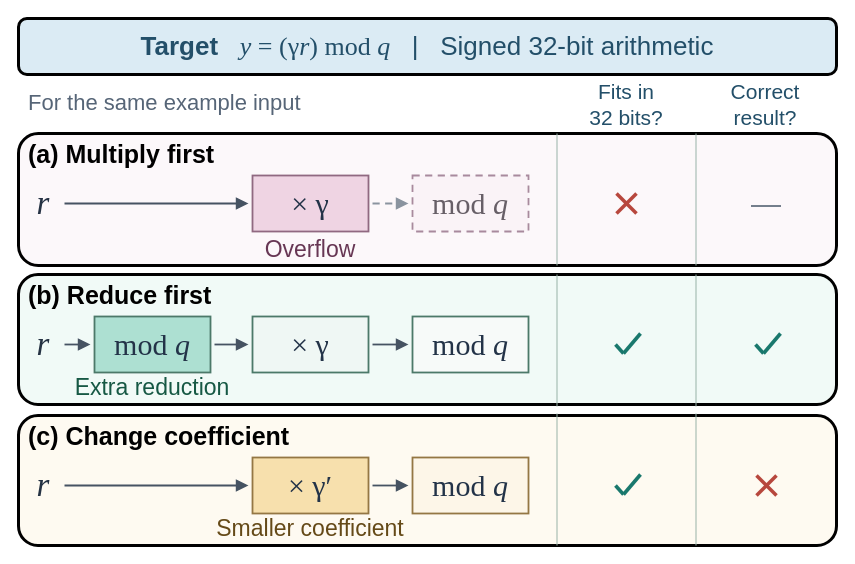
Before: all/DAC2026/Secforge_fig1.drawio in ZKY6662017/iodraw-files, a draw.io diagram. Source tidied: cells renumbered, new cells numbered last; positions are measured from the earlier drawing's top-left corner, leaving out a move shared by most shapes. Both pictures are drawn from the tidied source at 100%, with x=0, y=0 at pixel (18, 18).
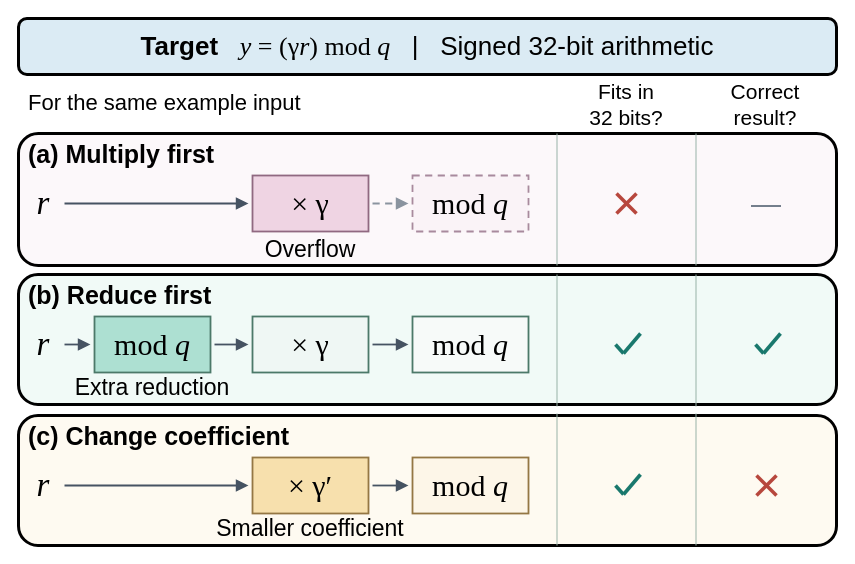
The same page after the edit.

Change to the diagram source:
```diff
@@
-    <mxCell id="5" value="&lt;b&gt;Target&lt;/b&gt; &amp;nbsp; &lt;font face=&quot;Times New Roman&quot;&gt;&lt;i&gt;y&lt;/i&gt; = (γ&lt;i&gt;r&lt;/i&gt;) mod &lt;i&gt;q&lt;/i&gt;&lt;/font&gt; &amp;nbsp; | &amp;nbsp; Signed 32-bit arithmetic" style="whiteSpace=wrap;html=1;rounded=0;shadow=0;glass=0;strokeColor=none;fillColor=none;fontFamily=Arial;align=center;verticalAlign=middle;spacing=0;fontColor=#234F69;fontSize=26;" parent="1" vertex="1">
+    <mxCell id="5" value="&lt;b&gt;Target&lt;/b&gt; &amp;nbsp; &lt;font face=&quot;Times New Roman&quot;&gt;&lt;i&gt;y&lt;/i&gt; = (γ&lt;i&gt;r&lt;/i&gt;) mod &lt;i&gt;q&lt;/i&gt;&lt;/font&gt; &amp;nbsp; | &amp;nbsp; Signed 32-bit arithmetic" style="whiteSpace=wrap;html=1;rounded=0;shadow=0;glass=0;strokeColor=none;fillColor=none;fontFamily=Arial;align=center;verticalAlign=middle;spacing=0;fontColor=#000000;fontSize=26;" parent="1" vertex="1">
       <mxGeometry x="14" y="7" width="790" height="42" as="geometry" />
     </mxCell>
-    <mxCell id="6" value="For the same example input" style="whiteSpace=wrap;html=1;rounded=0;shadow=0;glass=0;strokeColor=none;fillColor=none;fontFamily=Arial;verticalAlign=middle;spacing=0;align=left;fontColor=#566577;fontSize=22;" parent="1" vertex="1">
+    <mxCell id="6" value="For the same example input" style="whiteSpace=wrap;html=1;rounded=0;shadow=0;glass=0;strokeColor=none;fillColor=none;fontFamily=Arial;verticalAlign=middle;spacing=0;align=left;fontColor=#000000;fontSize=22;" parent="1" vertex="1">
       <mxGeometry x="10" y="65" width="500" height="40" as="geometry" />
     </mxCell>
-    <mxCell id="7" value="Fits in&lt;br&gt;32 bits?" style="whiteSpace=wrap;html=1;rounded=0;shadow=0;glass=0;strokeColor=none;fillColor=none;fontFamily=Arial;align=center;verticalAlign=middle;spacing=0;fontColor=#234F69;fontSize=21;" parent="1" vertex="1">
+    <mxCell id="7" value="Fits in&lt;br&gt;32 bits?" style="whiteSpace=wrap;html=1;rounded=0;shadow=0;glass=0;strokeColor=none;fillColor=none;fontFamily=Arial;align=center;verticalAlign=middle;spacing=0;fontColor=#000000;fontSize=21;" parent="1" vertex="1">
       <mxGeometry x="539" y="60" width="138" height="51" as="geometry" />
     </mxCell>
-    <mxCell id="8" value="Correct&lt;br&gt;result?" style="whiteSpace=wrap;html=1;rounded=0;shadow=0;glass=0;strokeColor=none;fillColor=none;fontFamily=Arial;align=center;verticalAlign=middle;spacing=0;fontColor=#234F69;fontSize=21;" parent="1" vertex="1">
+    <mxCell id="8" value="Correct&lt;br&gt;result?" style="whiteSpace=wrap;html=1;rounded=0;shadow=0;glass=0;strokeColor=none;fillColor=none;fontFamily=Arial;align=center;verticalAlign=middle;spacing=0;fontColor=#000000;fontSize=21;" parent="1" vertex="1">
       <mxGeometry x="678" y="60" width="138" height="51" as="geometry" />
     </mxCell>
@@
-    <mxCell id="13" value="&lt;font face=&quot;Times New Roman&quot;&gt;&lt;i&gt;r&lt;/i&gt;&lt;/font&gt;" style="whiteSpace=wrap;html=1;rounded=0;shadow=0;glass=0;strokeColor=none;fillColor=none;fontFamily=Arial;fontSize=25;fontColor=#253243;align=center;verticalAlign=middle;spacing=0;fontSize=33;" parent="1" vertex="1">
+    <mxCell id="13" value="&lt;font face=&quot;Times New Roman&quot;&gt;&lt;i&gt;r&lt;/i&gt;&lt;/font&gt;" style="whiteSpace=wrap;html=1;rounded=0;shadow=0;glass=0;strokeColor=none;fillColor=none;fontFamily=Arial;fontSize=25;fontColor=#000000;align=center;verticalAlign=middle;spacing=0;fontSize=33;" parent="1" vertex="1">
       <mxGeometry x="8" y="165" width="34" height="40" as="geometry" />
     </mxCell>
-    <mxCell id="14" value="&lt;font face=&quot;Times New Roman&quot;&gt;&lt;i&gt;r&lt;/i&gt;&lt;/font&gt;" style="whiteSpace=wrap;html=1;rounded=0;shadow=0;glass=0;strokeColor=none;fillColor=none;fontFamily=Arial;fontSize=25;fontColor=#253243;align=center;verticalAlign=middle;spacing=0;fontSize=33;" parent="1" vertex="1">
+    <mxCell id="14" value="&lt;font face=&quot;Times New Roman&quot;&gt;&lt;i&gt;r&lt;/i&gt;&lt;/font&gt;" style="whiteSpace=wrap;html=1;rounded=0;shadow=0;glass=0;strokeColor=none;fillColor=none;fontFamily=Arial;fontSize=25;fontColor=#000000;align=center;verticalAlign=middle;spacing=0;fontSize=33;" parent="1" vertex="1">
       <mxGeometry x="8" y="306" width="34" height="40" as="geometry" />
     </mxCell>
-    <mxCell id="15" value="&lt;font face=&quot;Times New Roman&quot;&gt;&lt;i&gt;r&lt;/i&gt;&lt;/font&gt;" style="whiteSpace=wrap;html=1;rounded=0;shadow=0;glass=0;strokeColor=none;fillColor=none;fontFamily=Arial;fontSize=25;fontColor=#253243;align=center;verticalAlign=middle;spacing=0;fontSize=33;" parent="1" vertex="1">
+    <mxCell id="15" value="&lt;font face=&quot;Times New Roman&quot;&gt;&lt;i&gt;r&lt;/i&gt;&lt;/font&gt;" style="whiteSpace=wrap;html=1;rounded=0;shadow=0;glass=0;strokeColor=none;fillColor=none;fontFamily=Arial;fontSize=25;fontColor=#000000;align=center;verticalAlign=middle;spacing=0;fontSize=33;" parent="1" vertex="1">
       <mxGeometry x="8" y="447" width="34" height="40" as="geometry" />
     </mxCell>
-    <mxCell id="16" value="&lt;font face=&quot;Times New Roman&quot;&gt;× γ&lt;/font&gt;" style="whiteSpace=wrap;html=1;rounded=0;shadow=0;glass=0;fontFamily=Arial;fontSize=25;align=center;verticalAlign=middle;spacing=0;strokeWidth=1.8;fontSize=30;fillColor=#EFD4E3;strokeColor=#906981;fontColor=#233348;" parent="1" vertex="1">
+    <mxCell id="16" value="&lt;font face=&quot;Times New Roman&quot;&gt;× γ&lt;/font&gt;" style="whiteSpace=wrap;html=1;rounded=0;shadow=0;glass=0;fontFamily=Arial;fontSize=25;align=center;verticalAlign=middle;spacing=0;strokeWidth=1.8;fontSize=30;fillColor=#EFD4E3;strokeColor=#906981;fontColor=#000000;" parent="1" vertex="1">
       <mxGeometry x="234" y="157" width="116" height="56" as="geometry" />
     </mxCell>
-    <mxCell id="17" value="&lt;font face=&quot;Times New Roman&quot;&gt;mod &lt;i&gt;q&lt;/i&gt;&lt;/font&gt;" style="whiteSpace=wrap;html=1;rounded=0;shadow=0;glass=0;fontFamily=Arial;fontSize=25;align=center;verticalAlign=middle;spacing=0;strokeWidth=1.8;fontSize=30;dashed=1;dashPattern=4 3;fillColor=#FAF3F7;strokeColor=#A88A9D;fontColor=#675F67;" parent="1" vertex="1">
+    <mxCell id="17" value="&lt;font face=&quot;Times New Roman&quot;&gt;mod &lt;i&gt;q&lt;/i&gt;&lt;/font&gt;" style="whiteSpace=wrap;html=1;rounded=0;shadow=0;glass=0;fontFamily=Arial;fontSize=25;align=center;verticalAlign=middle;spacing=0;strokeWidth=1.8;fontSize=30;dashed=1;dashPattern=4 3;fillColor=#FAF3F7;strokeColor=#A88A9D;fontColor=#000000;" parent="1" vertex="1">
       <mxGeometry x="394" y="157" width="116" height="56" as="geometry" />
     </mxCell>
@@
-    <mxCell id="20" value="Overflow" style="whiteSpace=wrap;html=1;rounded=0;shadow=0;glass=0;strokeColor=none;fillColor=none;fontFamily=Arial;fontSize=25;align=center;verticalAlign=middle;spacing=0;fontSize=23;fontColor=#673754;" parent="1" vertex="1">
+    <mxCell id="20" value="Overflow" style="whiteSpace=wrap;html=1;rounded=0;shadow=0;glass=0;strokeColor=none;fillColor=none;fontFamily=Arial;fontSize=25;align=center;verticalAlign=middle;spacing=0;fontSize=23;fontColor=#000000;" parent="1" vertex="1">
       <mxGeometry x="192" y="216" width="200" height="29" as="geometry" />
     </mxCell>
@@
-    <mxCell id="24" value="&lt;font face=&quot;Times New Roman&quot;&gt;mod &lt;i&gt;q&lt;/i&gt;&lt;/font&gt;" style="whiteSpace=wrap;html=1;rounded=0;shadow=0;glass=0;fontFamily=Arial;fontSize=25;align=center;verticalAlign=middle;spacing=0;strokeWidth=1.8;fontSize=30;fillColor=#ADE0D2;strokeColor=#4C7969;fontColor=#233348;" parent="1" vertex="1">
+    <mxCell id="24" value="&lt;font face=&quot;Times New Roman&quot;&gt;mod &lt;i&gt;q&lt;/i&gt;&lt;/font&gt;" style="whiteSpace=wrap;html=1;rounded=0;shadow=0;glass=0;fontFamily=Arial;fontSize=25;align=center;verticalAlign=middle;spacing=0;strokeWidth=1.8;fontSize=30;fillColor=#ADE0D2;strokeColor=#4C7969;fontColor=#000000;" parent="1" vertex="1">
       <mxGeometry x="76" y="298" width="116" height="56" as="geometry" />
     </mxCell>
-    <mxCell id="25" value="&lt;font face=&quot;Times New Roman&quot;&gt;× γ&lt;/font&gt;" style="whiteSpace=wrap;html=1;rounded=0;shadow=0;glass=0;fontFamily=Arial;fontSize=25;align=center;verticalAlign=middle;spacing=0;strokeWidth=1.8;fontSize=30;strokeColor=#4C7969;fontColor=#233348;fillColor=#EFF7F4;" parent="1" vertex="1">
+    <mxCell id="25" value="&lt;font face=&quot;Times New Roman&quot;&gt;× γ&lt;/font&gt;" style="whiteSpace=wrap;html=1;rounded=0;shadow=0;glass=0;fontFamily=Arial;fontSize=25;align=center;verticalAlign=middle;spacing=0;strokeWidth=1.8;fontSize=30;strokeColor=#4C7969;fontColor=#000000;fillColor=#EFF7F4;" parent="1" vertex="1">
       <mxGeometry x="234" y="298" width="116" height="56" as="geometry" />
     </mxCell>
-    <mxCell id="26" value="&lt;font face=&quot;Times New Roman&quot;&gt;mod &lt;i&gt;q&lt;/i&gt;&lt;/font&gt;" style="whiteSpace=wrap;html=1;rounded=0;shadow=0;glass=0;fontFamily=Arial;fontSize=25;align=center;verticalAlign=middle;spacing=0;strokeWidth=1.8;fontSize=30;strokeColor=#4C7969;fontColor=#233348;fillColor=#F7FAF9;" parent="1" vertex="1">
+    <mxCell id="26" value="&lt;font face=&quot;Times New Roman&quot;&gt;mod &lt;i&gt;q&lt;/i&gt;&lt;/font&gt;" style="whiteSpace=wrap;html=1;rounded=0;shadow=0;glass=0;fontFamily=Arial;fontSize=25;align=center;verticalAlign=middle;spacing=0;strokeWidth=1.8;fontSize=30;strokeColor=#4C7969;fontColor=#000000;fillColor=#F7FAF9;" parent="1" vertex="1">
       <mxGeometry x="394" y="298" width="116" height="56" as="geometry" />
     </mxCell>
@@
-    <mxCell id="30" value="Extra reduction" style="whiteSpace=wrap;html=1;rounded=0;shadow=0;glass=0;strokeColor=none;fillColor=none;fontFamily=Arial;fontSize=25;align=center;verticalAlign=middle;spacing=0;fontSize=23;fontColor=#165844;" parent="1" vertex="1">
+    <mxCell id="30" value="Extra reduction" style="whiteSpace=wrap;html=1;rounded=0;shadow=0;glass=0;strokeColor=none;fillColor=none;fontFamily=Arial;fontSize=25;align=center;verticalAlign=middle;spacing=0;fontSize=23;fontColor=#000000;" parent="1" vertex="1">
       <mxGeometry x="34" y="356" width="200" height="25" as="geometry" />
     </mxCell>
@@
-    <mxCell id="35" value="&lt;font face=&quot;Times New Roman&quot;&gt;× γ′&lt;/font&gt;" style="whiteSpace=wrap;html=1;rounded=0;shadow=0;glass=0;fontFamily=Arial;fontSize=25;align=center;verticalAlign=middle;spacing=0;strokeWidth=1.8;fontSize=30;fillColor=#F7E0AD;strokeColor=#947744;fontColor=#233348;" parent="1" vertex="1">
+    <mxCell id="35" value="&lt;font face=&quot;Times New Roman&quot;&gt;× γ′&lt;/font&gt;" style="whiteSpace=wrap;html=1;rounded=0;shadow=0;glass=0;fontFamily=Arial;fontSize=25;align=center;verticalAlign=middle;spacing=0;strokeWidth=1.8;fontSize=30;fillColor=#F7E0AD;strokeColor=#947744;fontColor=#000000;" parent="1" vertex="1">
       <mxGeometry x="234" y="439" width="116" height="56" as="geometry" />
     </mxCell>
-    <mxCell id="36" value="&lt;font face=&quot;Times New Roman&quot;&gt;mod &lt;i&gt;q&lt;/i&gt;&lt;/font&gt;" style="whiteSpace=wrap;html=1;rounded=0;shadow=0;glass=0;fontFamily=Arial;fontSize=25;align=center;verticalAlign=middle;spacing=0;strokeWidth=1.8;fontSize=30;fillColor=#FDF6E8;strokeColor=#947744;fontColor=#233348;" parent="1" vertex="1">
+    <mxCell id="36" value="&lt;font face=&quot;Times New Roman&quot;&gt;mod &lt;i&gt;q&lt;/i&gt;&lt;/font&gt;" style="whiteSpace=wrap;html=1;rounded=0;shadow=0;glass=0;fontFamily=Arial;fontSize=25;align=center;verticalAlign=middle;spacing=0;strokeWidth=1.8;fontSize=30;fillColor=#FDF6E8;strokeColor=#947744;fontColor=#000000;" parent="1" vertex="1">
       <mxGeometry x="394" y="439" width="116" height="56" as="geometry" />
     </mxCell>
@@
-    <mxCell id="39" value="Smaller coefficient" style="whiteSpace=wrap;html=1;rounded=0;shadow=0;glass=0;strokeColor=none;fillColor=none;fontFamily=Arial;fontSize=25;align=center;verticalAlign=middle;spacing=0;fontSize=23;fontColor=#654A18;" parent="1" vertex="1">
+    <mxCell id="39" value="Smaller coefficient" style="whiteSpace=wrap;html=1;rounded=0;shadow=0;glass=0;strokeColor=none;fillColor=none;fontFamily=Arial;fontSize=25;align=center;verticalAlign=middle;spacing=0;fontSize=23;fontColor=#000000;" parent="1" vertex="1">
       <mxGeometry x="179" y="496" width="226" height="28" as="geometry" />
     </mxCell>
```
